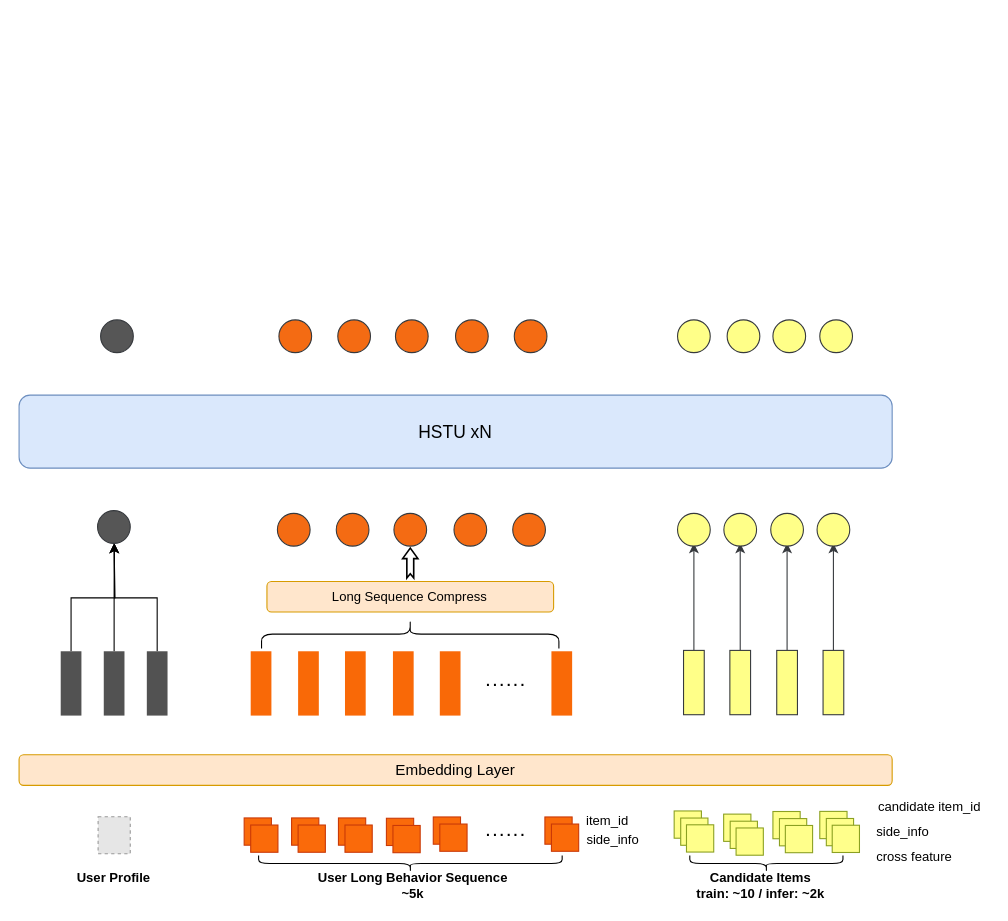
Above: page "homepage" (1 of 7) of mkt_gr_fwz.drawio in stargazer-zero/drawio-storage (draw.io), before the change. Source tidied: cells renumbered, new cells numbered last; positions are measured from the earlier drawing's top-left corner, leaving out a move shared by most shapes. Both pictures are drawn from the tidied source at 109%, with x=0, y=0 at pixel (19, 319). Pictures stored in the file or linked from it are replaced by grey dashed boxes.
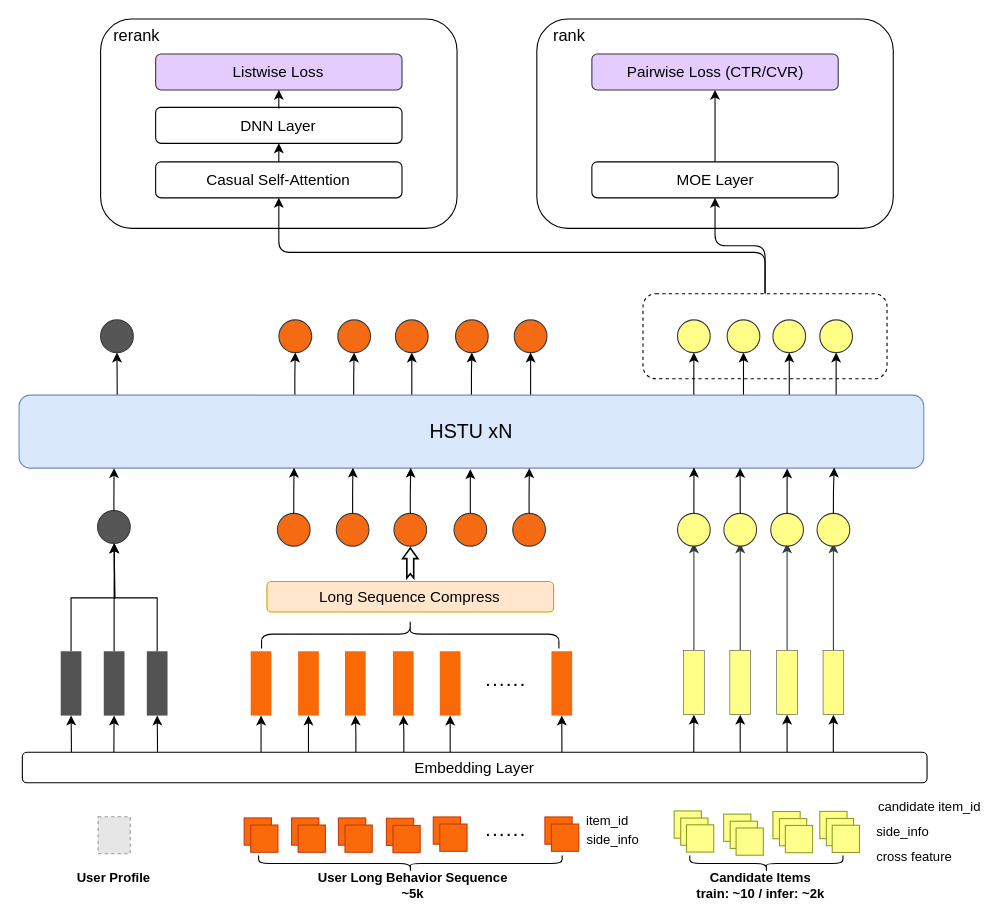
The same page after the edit.

Unchanged cells that the change refers to:
```xml
<mxCell id="6" style="rounded=0;whiteSpace=wrap;html=1;strokeColor=none;fillColor=light-dark(#525252, #ededed);" parent="1" vertex="1">
<mxCell id="8" style="rounded=0;whiteSpace=wrap;html=1;strokeColor=none;fillColor=light-dark(#525252, #ededed);" parent="1" vertex="1">
<mxCell id="10" style="rounded=0;whiteSpace=wrap;html=1;strokeColor=none;fillColor=light-dark(#525252, #ededed);" parent="1" vertex="1">
<mxCell id="14" style="rounded=0;whiteSpace=wrap;html=1;strokeColor=none;fillColor=light-dark(#f96907, #ededed);" parent="1" vertex="1">
<mxCell id="15" style="rounded=0;whiteSpace=wrap;html=1;strokeColor=none;fillColor=light-dark(#f96907, #ededed);" parent="1" vertex="1">
<mxCell id="16" style="rounded=0;whiteSpace=wrap;html=1;strokeColor=none;fillColor=light-dark(#f96907, #ededed);" parent="1" vertex="1">
<mxCell id="17" style="rounded=0;whiteSpace=wrap;html=1;strokeColor=none;fillColor=light-dark(#f96907, #ededed);" parent="1" vertex="1">
<mxCell id="18" style="rounded=0;whiteSpace=wrap;html=1;strokeColor=none;fillColor=light-dark(#f96907, #ededed);" parent="1" vertex="1">
<mxCell id="19" style="rounded=0;whiteSpace=wrap;html=1;strokeColor=none;fillColor=light-dark(#f96907, #ededed);" parent="1" vertex="1">
<mxCell id="35" style="ellipse;whiteSpace=wrap;html=1;fillColor=#ffff88;strokeColor=#36393d;" parent="1" vertex="1">
<mxCell id="36" style="ellipse;whiteSpace=wrap;html=1;fillColor=#ffff88;strokeColor=#36393d;" parent="1" vertex="1">
<mxCell id="37" style="ellipse;whiteSpace=wrap;html=1;fillColor=#ffff88;strokeColor=#36393d;" parent="1" vertex="1">
<mxCell id="38" style="ellipse;whiteSpace=wrap;html=1;fillColor=#ffff88;strokeColor=#36393d;" parent="1" vertex="1">
<mxCell id="39" style="ellipse;whiteSpace=wrap;html=1;fillColor=#ffff88;strokeColor=#36393d;" parent="1" vertex="1">
<mxCell id="40" style="ellipse;whiteSpace=wrap;html=1;fillColor=#ffff88;strokeColor=#36393d;" parent="1" vertex="1">
<mxCell id="41" style="ellipse;whiteSpace=wrap;html=1;fillColor=#ffff88;strokeColor=#36393d;" parent="1" vertex="1">
<mxCell id="42" style="ellipse;whiteSpace=wrap;html=1;fillColor=#ffff88;strokeColor=#36393d;" parent="1" vertex="1">
<mxCell id="44" style="ellipse;whiteSpace=wrap;html=1;fillColor=light-dark(#f46b13, #212100);strokeColor=#36393d;" parent="1" vertex="1">
<mxCell id="45" style="ellipse;whiteSpace=wrap;html=1;fillColor=light-dark(#f46b13, #212100);strokeColor=#36393d;" parent="1" vertex="1">
<mxCell id="46" style="ellipse;whiteSpace=wrap;html=1;fillColor=light-dark(#f46b13, #212100);strokeColor=#36393d;" parent="1" vertex="1">
<mxCell id="47" style="ellipse;whiteSpace=wrap;html=1;fillColor=light-dark(#f46b13, #212100);strokeColor=#36393d;" parent="1" vertex="1">
<mxCell id="48" style="ellipse;whiteSpace=wrap;html=1;fillColor=light-dark(#f46b13, #212100);strokeColor=#36393d;" parent="1" vertex="1">
<mxCell id="49" style="ellipse;whiteSpace=wrap;html=1;fillColor=light-dark(#f46b13, #212100);strokeColor=#36393d;" parent="1" vertex="1">
<mxCell id="50" style="ellipse;whiteSpace=wrap;html=1;fillColor=light-dark(#f46b13, #212100);strokeColor=#36393d;" parent="1" vertex="1">
<mxCell id="51" style="ellipse;whiteSpace=wrap;html=1;fillColor=light-dark(#f46b13, #212100);strokeColor=#36393d;" parent="1" vertex="1">
<mxCell id="52" style="ellipse;whiteSpace=wrap;html=1;fillColor=light-dark(#f46b13, #212100);strokeColor=#36393d;" parent="1" vertex="1">
<mxCell id="53" style="ellipse;whiteSpace=wrap;html=1;fillColor=light-dark(#f46b13, #212100);strokeColor=#36393d;" parent="1" vertex="1">
<mxCell id="54" style="ellipse;whiteSpace=wrap;html=1;fillColor=light-dark(#565656, #212100);strokeColor=#36393d;" parent="1" vertex="1">
<mxCell id="55" style="ellipse;whiteSpace=wrap;html=1;fillColor=light-dark(#565656, #212100);strokeColor=#36393d;" parent="1" vertex="1">
```

Diff of the diagram source:
```diff
@@
+    <mxCell id="84" style="rounded=1;whiteSpace=wrap;html=1;" parent="1" vertex="1">
+      <mxGeometry x="74.8" y="-276" width="327" height="192" as="geometry" />
+    </mxCell>
+    <mxCell id="85" style="rounded=1;whiteSpace=wrap;html=1;" parent="1" vertex="1">
+      <mxGeometry x="475" y="-276" width="327" height="192" as="geometry" />
+    </mxCell>
+    <mxCell id="86" style="edgeStyle=orthogonalEdgeStyle;rounded=1;jettySize=auto;html=1;entryX=0.5;entryY=1;entryDx=0;entryDy=0;entryPerimeter=0;" parent="1" edge="1" source="88" target="122">
+      <mxGeometry relative="1" as="geometry" />
+    </mxCell>
+    <mxCell id="87" style="edgeStyle=orthogonalEdgeStyle;rounded=1;jettySize=auto;html=1;entryX=0.5;entryY=1;entryDx=0;entryDy=0;exitX=0.5;exitY=0;exitDx=0;exitDy=0;entryPerimeter=0;" parent="1" edge="1" source="88" target="124">
+      <mxGeometry relative="1" as="geometry">
+        <Array as="points">
+          <mxPoint x="684" y="-62" />
+          <mxPoint x="238" y="-62" />
+        </Array>
+      </mxGeometry>
+    </mxCell>
+    <mxCell id="88" style="rounded=1;whiteSpace=wrap;html=1;dashed=1;" parent="1" vertex="1">
+      <mxGeometry x="572.4" y="-24" width="223.9" height="78" as="geometry" />
+    </mxCell>
+    <mxCell id="89" style="edgeStyle=orthogonalEdgeStyle;rounded=1;jettySize=auto;html=1;entryX=0.5;entryY=1;entryDx=0;entryDy=0;" parent="1" edge="1" source="2" target="6">
+      <mxGeometry relative="1" as="geometry">
+        <Array as="points">
+          <mxPoint x="48" y="385" />
+          <mxPoint x="48" y="385" />
+        </Array>
+      </mxGeometry>
+    </mxCell>
+    <mxCell id="90" style="edgeStyle=orthogonalEdgeStyle;rounded=1;jettySize=auto;html=1;entryX=0.5;entryY=1;entryDx=0;entryDy=0;" parent="1" edge="1" source="2" target="8">
+      <mxGeometry relative="1" as="geometry">
+        <Array as="points">
+          <mxPoint x="87" y="386" />
+          <mxPoint x="87" y="386" />
+        </Array>
+      </mxGeometry>
+    </mxCell>
+    <mxCell id="91" style="edgeStyle=orthogonalEdgeStyle;rounded=1;jettySize=auto;html=1;entryX=0.5;entryY=1;entryDx=0;entryDy=0;" parent="1" edge="1" source="2" target="10">
+      <mxGeometry relative="1" as="geometry">
+        <Array as="points">
+          <mxPoint x="127" y="388" />
+          <mxPoint x="127" y="388" />
+        </Array>
+      </mxGeometry>
+    </mxCell>
+    <mxCell id="92" style="edgeStyle=orthogonalEdgeStyle;rounded=1;jettySize=auto;html=1;entryX=0.5;entryY=1;entryDx=0;entryDy=0;" parent="1" edge="1" source="2" target="14">
+      <mxGeometry relative="1" as="geometry">
+        <Array as="points">
+          <mxPoint x="222" y="381" />
+          <mxPoint x="222" y="381" />
+        </Array>
+      </mxGeometry>
+    </mxCell>
+    <mxCell id="93" style="edgeStyle=orthogonalEdgeStyle;rounded=1;jettySize=auto;html=1;entryX=0.5;entryY=1;entryDx=0;entryDy=0;" parent="1" edge="1" source="2" target="15">
+      <mxGeometry relative="1" as="geometry">
+        <Array as="points">
+          <mxPoint x="266" y="377" />
+        </Array>
+      </mxGeometry>
+    </mxCell>
+    <mxCell id="94" style="edgeStyle=orthogonalEdgeStyle;rounded=1;jettySize=auto;html=1;entryX=0.5;entryY=1;entryDx=0;entryDy=0;" parent="1" edge="1" source="2" target="16">
+      <mxGeometry relative="1" as="geometry">
+        <Array as="points">
+          <mxPoint x="309" y="377" />
+          <mxPoint x="308" y="377" />
+        </Array>
+      </mxGeometry>
+    </mxCell>
+    <mxCell id="95" style="edgeStyle=orthogonalEdgeStyle;rounded=1;jettySize=auto;html=1;entryX=0.5;entryY=1;entryDx=0;entryDy=0;" parent="1" edge="1" source="2" target="17">
+      <mxGeometry relative="1" as="geometry">
+        <Array as="points">
+          <mxPoint x="353" y="377" />
+          <mxPoint x="352" y="377" />
+        </Array>
+      </mxGeometry>
+    </mxCell>
+    <mxCell id="96" style="edgeStyle=orthogonalEdgeStyle;rounded=1;jettySize=auto;html=1;entryX=0.5;entryY=1;entryDx=0;entryDy=0;" parent="1" edge="1" source="2" target="18">
+      <mxGeometry relative="1" as="geometry">
+        <Array as="points">
+          <mxPoint x="396" y="377" />
+        </Array>
+      </mxGeometry>
+    </mxCell>
+    <mxCell id="97" style="edgeStyle=orthogonalEdgeStyle;rounded=1;jettySize=auto;html=1;entryX=0.5;entryY=1;entryDx=0;entryDy=0;" parent="1" edge="1" source="2" target="19">
+      <mxGeometry relative="1" as="geometry">
+        <Array as="points">
+          <mxPoint x="498" y="386" />
+          <mxPoint x="498" y="386" />
+        </Array>
+      </mxGeometry>
+    </mxCell>
+    <mxCell id="98" style="edgeStyle=orthogonalEdgeStyle;rounded=1;jettySize=auto;html=1;entryX=0.5;entryY=1;entryDx=0;entryDy=0;" parent="1" edge="1" source="2" target="25">
+      <mxGeometry relative="1" as="geometry">
+        <Array as="points">
+          <mxPoint x="619" y="384" />
+          <mxPoint x="619" y="384" />
+        </Array>
+      </mxGeometry>
+    </mxCell>
+    <mxCell id="99" style="edgeStyle=orthogonalEdgeStyle;rounded=1;jettySize=auto;html=1;entryX=0.5;entryY=1;entryDx=0;entryDy=0;" parent="1" edge="1" source="2" target="27">
+      <mxGeometry relative="1" as="geometry">
+        <Array as="points">
+          <mxPoint x="662" y="377" />
+        </Array>
+      </mxGeometry>
+    </mxCell>
+    <mxCell id="100" style="edgeStyle=orthogonalEdgeStyle;rounded=1;jettySize=auto;html=1;entryX=0.5;entryY=1;entryDx=0;entryDy=0;" parent="1" edge="1" source="2" target="29">
+      <mxGeometry relative="1" as="geometry">
+        <Array as="points">
+          <mxPoint x="705" y="377" />
+        </Array>
+      </mxGeometry>
+    </mxCell>
+    <mxCell id="101" style="edgeStyle=orthogonalEdgeStyle;rounded=1;jettySize=auto;html=1;entryX=0.5;entryY=1;entryDx=0;entryDy=0;" parent="1" edge="1" source="2" target="31">
+      <mxGeometry relative="1" as="geometry">
+        <Array as="points">
+          <mxPoint x="747" y="382" />
+          <mxPoint x="747" y="382" />
+        </Array>
+      </mxGeometry>
+    </mxCell>
-    <mxCell id="2" value="Embedding Layer" style="rounded=1;whiteSpace=wrap;html=1;fillColor=#ffe6cc;strokeColor=#d79b00;points=[[0,0,0,0,0],[0,0.13,0,0,0],[0,0.25,0,0,0],[0,0.38,0,0,0],[0,0.5,0,0,0],[0,0.63,0,0,0],[0,0.75,0,0,0],[0,0.88,0,0,0],[0,1,0,0,0],[0.13,1,0,0,0],[0.25,0,0,0,0],[0.25,1,0,0,0],[0.38,1,0,0,0],[0.5,0,0,0,0],[0.5,1,0,0,0],[0.63,1,0,0,0],[0.75,0,0,0,0],[0.75,1,0,0,0],[0.88,1,0,0,0],[1,0,0,0,0],[1,0.25,0,0,0],[1,0.5,0,0,0],[1,0.75,0,0,0],[1,1,0,0,0]];fontSize=14;" parent="1" vertex="1">
-      <mxGeometry y="399" width="801" height="28" as="geometry" />
+    <mxCell id="2" value="Embedding Layer" style="rounded=1;whiteSpace=wrap;html=1;points=[[0,0,0,0,0],[0,0.13,0,0,0],[0,0.25,0,0,0],[0,0.38,0,0,0],[0,0.5,0,0,0],[0,0.63,0,0,0],[0,0.75,0,0,0],[0,0.88,0,0,0],[0,1,0,0,0],[0.13,1,0,0,0],[0.25,0,0,0,0],[0.25,1,0,0,0],[0.38,1,0,0,0],[0.5,0,0,0,0],[0.5,1,0,0,0],[0.63,1,0,0,0],[0.75,0,0,0,0],[0.75,1,0,0,0],[0.88,1,0,0,0],[1,0,0,0,0],[1,0.25,0,0,0],[1,0.5,0,0,0],[1,0.75,0,0,0],[1,1,0,0,0]];fontSize=14;" parent="1" vertex="1">
+      <mxGeometry x="3" y="396.6" width="830" height="28" as="geometry" />
     </mxCell>
@@
-    <mxCell id="21" value="Long Sequence Compress" style="rounded=1;whiteSpace=wrap;html=1;fillColor=#ffe6cc;strokeColor=#d79b00;fillStyle=auto;" parent="1" vertex="1">
+    <mxCell id="21" value="Long Sequence Compress" style="rounded=1;whiteSpace=wrap;html=1;fillColor=#ffe6cc;strokeColor=#d79b00;fillStyle=auto;fontSize=14;" parent="1" vertex="1">
       <mxGeometry x="227.4" y="240" width="263" height="28" as="geometry" />
     </mxCell>
@@
-    <mxCell id="25" style="rounded=0;whiteSpace=wrap;html=1;strokeColor=#36393d;fillColor=#ffff88;" parent="1" vertex="1">
+    <mxCell id="25" style="rounded=0;whiteSpace=wrap;html=1;strokeColor=#36393d;fillColor=#ffff88;strokeWidth=0.5;" parent="1" vertex="1">
       <mxGeometry x="609.6" y="303.2" width="19" height="59" as="geometry" />
     </mxCell>
@@
-    <mxCell id="27" style="rounded=0;whiteSpace=wrap;html=1;strokeColor=#36393d;fillColor=#ffff88;" parent="1" vertex="1">
+    <mxCell id="27" style="rounded=0;whiteSpace=wrap;html=1;strokeColor=#36393d;fillColor=#ffff88;strokeWidth=0.5;" parent="1" vertex="1">
       <mxGeometry x="652.1" y="303.2" width="19" height="59" as="geometry" />
     </mxCell>
@@
-    <mxCell id="29" style="rounded=0;whiteSpace=wrap;html=1;strokeColor=#36393d;fillColor=#ffff88;" parent="1" vertex="1">
+    <mxCell id="29" style="rounded=0;whiteSpace=wrap;html=1;strokeColor=#36393d;fillColor=#ffff88;strokeWidth=0.5;" parent="1" vertex="1">
       <mxGeometry x="695.1" y="303.2" width="19" height="59" as="geometry" />
     </mxCell>
@@
-    <mxCell id="31" style="rounded=0;whiteSpace=wrap;html=1;strokeColor=#36393d;fillColor=#ffff88;" parent="1" vertex="1">
+    <mxCell id="31" style="rounded=0;whiteSpace=wrap;html=1;strokeColor=#36393d;fillColor=#ffff88;strokeWidth=0.5;" parent="1" vertex="1">
       <mxGeometry x="737.6" y="303.2" width="19" height="59" as="geometry" />
     </mxCell>
@@
+    <mxCell id="102" style="edgeStyle=orthogonalEdgeStyle;rounded=1;jettySize=auto;html=1;entryX=0.5;entryY=1;entryDx=0;entryDy=0;" parent="1" edge="1" source="34" target="54">
+      <mxGeometry relative="1" as="geometry">
+        <Array as="points">
+          <mxPoint x="90" y="57" />
+          <mxPoint x="90" y="57" />
+        </Array>
+      </mxGeometry>
+    </mxCell>
+    <mxCell id="103" style="edgeStyle=orthogonalEdgeStyle;rounded=1;jettySize=auto;html=1;entryX=0.5;entryY=1;entryDx=0;entryDy=0;" parent="1" edge="1" source="34" target="49">
+      <mxGeometry relative="1" as="geometry">
+        <Array as="points">
+          <mxPoint x="253" y="49" />
+          <mxPoint x="253" y="49" />
+        </Array>
+      </mxGeometry>
+    </mxCell>
+    <mxCell id="104" style="edgeStyle=orthogonalEdgeStyle;rounded=1;jettySize=auto;html=1;entryX=0.5;entryY=1;entryDx=0;entryDy=0;" parent="1" edge="1" source="34" target="50">
+      <mxGeometry relative="1" as="geometry">
+        <Array as="points">
+          <mxPoint x="307" y="49" />
+          <mxPoint x="307" y="49" />
+        </Array>
+      </mxGeometry>
+    </mxCell>
+    <mxCell id="105" style="edgeStyle=orthogonalEdgeStyle;rounded=1;jettySize=auto;html=1;entryX=0.5;entryY=1;entryDx=0;entryDy=0;" parent="1" edge="1" source="34" target="53">
+      <mxGeometry relative="1" as="geometry">
+        <Array as="points">
+          <mxPoint x="360" y="49" />
+        </Array>
+      </mxGeometry>
+    </mxCell>
+    <mxCell id="106" style="edgeStyle=orthogonalEdgeStyle;rounded=1;jettySize=auto;html=1;entryX=0.5;entryY=1;entryDx=0;entryDy=0;" parent="1" edge="1" source="34" target="51">
+      <mxGeometry relative="1" as="geometry" />
+    </mxCell>
+    <mxCell id="107" style="edgeStyle=orthogonalEdgeStyle;rounded=1;jettySize=auto;html=1;entryX=0.5;entryY=1;entryDx=0;entryDy=0;" parent="1" edge="1" source="34" target="52">
+      <mxGeometry relative="1" as="geometry">
+        <Array as="points">
+          <mxPoint x="469" y="49" />
+        </Array>
+      </mxGeometry>
+    </mxCell>
+    <mxCell id="108" style="edgeStyle=orthogonalEdgeStyle;rounded=1;jettySize=auto;html=1;entryX=0.5;entryY=1;entryDx=0;entryDy=0;" parent="1" edge="1" source="34" target="35">
+      <mxGeometry relative="1" as="geometry">
+        <Array as="points">
+          <mxPoint x="619" y="57" />
+          <mxPoint x="619" y="57" />
+        </Array>
+      </mxGeometry>
+    </mxCell>
+    <mxCell id="109" style="edgeStyle=orthogonalEdgeStyle;rounded=1;jettySize=auto;html=1;entryX=0.5;entryY=1;entryDx=0;entryDy=0;" parent="1" edge="1" source="34" target="36">
+      <mxGeometry relative="1" as="geometry">
+        <Array as="points">
+          <mxPoint x="665" y="49" />
+        </Array>
+      </mxGeometry>
+    </mxCell>
+    <mxCell id="110" style="edgeStyle=orthogonalEdgeStyle;rounded=1;jettySize=auto;html=1;entryX=0.5;entryY=1;entryDx=0;entryDy=0;" parent="1" edge="1" source="34" target="37">
+      <mxGeometry relative="1" as="geometry">
+        <Array as="points">
+          <mxPoint x="707" y="49" />
+        </Array>
+      </mxGeometry>
+    </mxCell>
+    <mxCell id="111" style="edgeStyle=orthogonalEdgeStyle;rounded=1;jettySize=auto;html=1;entryX=0.5;entryY=1;entryDx=0;entryDy=0;" parent="1" edge="1" source="34" target="38">
+      <mxGeometry relative="1" as="geometry">
+        <Array as="points">
+          <mxPoint x="750" y="49" />
+        </Array>
+      </mxGeometry>
+    </mxCell>
-    <mxCell id="34" value="HSTU xN" style="rounded=1;whiteSpace=wrap;html=1;fillColor=#dae8fc;strokeColor=#6c8ebf;points=[[0,0,0,0,0],[0,0.13,0,0,0],[0,0.25,0,0,0],[0,0.38,0,0,0],[0,0.5,0,0,0],[0,0.63,0,0,0],[0,0.75,0,0,0],[0,0.88,0,0,0],[0,1,0,0,0],[0.13,1,0,0,0],[0.25,0,0,0,0],[0.25,1,0,0,0],[0.38,1,0,0,0],[0.5,0,0,0,0],[0.5,1,0,0,0],[0.63,1,0,0,0],[0.75,0,0,0,0],[0.75,1,0,0,0],[0.88,1,0,0,0],[1,0,0,0,0],[1,0.25,0,0,0],[1,0.5,0,0,0],[1,0.75,0,0,0],[1,1,0,0,0]];fontSize=16;" parent="1" vertex="1">
-      <mxGeometry y="69" width="801" height="67" as="geometry" />
+    <mxCell id="34" value="HSTU xN" style="rounded=1;whiteSpace=wrap;html=1;fillColor=#dae8fc;strokeColor=#6c8ebf;points=[[0,0,0,0,0],[0,0.13,0,0,0],[0,0.25,0,0,0],[0,0.38,0,0,0],[0,0.5,0,0,0],[0,0.63,0,0,0],[0,0.75,0,0,0],[0,0.88,0,0,0],[0,1,0,0,0],[0.13,1,0,0,0],[0.25,0,0,0,0],[0.25,1,0,0,0],[0.38,1,0,0,0],[0.5,0,0,0,0],[0.5,1,0,0,0],[0.63,1,0,0,0],[0.75,0,0,0,0],[0.75,1,0,0,0],[0.88,1,0,0,0],[1,0,0,0,0],[1,0.25,0,0,0],[1,0.5,0,0,0],[1,0.75,0,0,0],[1,1,0,0,0]];fontSize=18;" parent="1" vertex="1">
+      <mxGeometry y="69" width="830" height="67" as="geometry" />
     </mxCell>
@@
+    <mxCell id="112" style="edgeStyle=orthogonalEdgeStyle;rounded=1;jettySize=auto;html=1;" parent="1" edge="1" source="46">
+      <mxGeometry relative="1" as="geometry">
+        <mxPoint x="414" y="137" as="targetPoint" />
+      </mxGeometry>
+    </mxCell>
@@
+    <mxCell id="113" style="edgeStyle=orthogonalEdgeStyle;rounded=1;jettySize=auto;html=1;entryX=0.105;entryY=1;entryDx=0;entryDy=0;entryPerimeter=0;" parent="1" edge="1" source="55" target="34">
+      <mxGeometry relative="1" as="geometry" />
+    </mxCell>
+    <mxCell id="114" style="edgeStyle=orthogonalEdgeStyle;rounded=1;jettySize=auto;html=1;entryX=0.304;entryY=0.995;entryDx=0;entryDy=0;entryPerimeter=0;" parent="1" edge="1" source="44" target="34">
+      <mxGeometry relative="1" as="geometry" />
+    </mxCell>
+    <mxCell id="115" style="edgeStyle=orthogonalEdgeStyle;rounded=1;jettySize=auto;html=1;entryX=0.369;entryY=0.995;entryDx=0;entryDy=0;entryPerimeter=0;" parent="1" edge="1" source="45" target="34">
+      <mxGeometry relative="1" as="geometry" />
+    </mxCell>
+    <mxCell id="116" style="edgeStyle=orthogonalEdgeStyle;rounded=1;jettySize=auto;html=1;entryX=0.433;entryY=0.995;entryDx=0;entryDy=0;entryPerimeter=0;" parent="1" edge="1" source="48" target="34">
+      <mxGeometry relative="1" as="geometry" />
+    </mxCell>
+    <mxCell id="117" style="edgeStyle=orthogonalEdgeStyle;rounded=1;jettySize=auto;html=1;entryX=0.564;entryY=1.001;entryDx=0;entryDy=0;entryPerimeter=0;" parent="1" edge="1" source="47" target="34">
+      <mxGeometry relative="1" as="geometry" />
+    </mxCell>
+    <mxCell id="118" style="edgeStyle=orthogonalEdgeStyle;rounded=1;jettySize=auto;html=1;entryX=0.746;entryY=0.992;entryDx=0;entryDy=0;entryPerimeter=0;" parent="1" edge="1" source="39" target="34">
+      <mxGeometry relative="1" as="geometry" />
+    </mxCell>
+    <mxCell id="119" style="edgeStyle=orthogonalEdgeStyle;rounded=1;jettySize=auto;html=1;entryX=0.797;entryY=0.998;entryDx=0;entryDy=0;entryPerimeter=0;" parent="1" edge="1" source="40" target="34">
+      <mxGeometry relative="1" as="geometry" />
+    </mxCell>
+    <mxCell id="120" style="edgeStyle=orthogonalEdgeStyle;rounded=1;jettySize=auto;html=1;entryX=0.849;entryY=1.005;entryDx=0;entryDy=0;entryPerimeter=0;" parent="1" edge="1" source="41" target="34">
+      <mxGeometry relative="1" as="geometry" />
+    </mxCell>
+    <mxCell id="121" style="edgeStyle=orthogonalEdgeStyle;rounded=1;jettySize=auto;html=1;entryX=0.901;entryY=0.992;entryDx=0;entryDy=0;entryPerimeter=0;" parent="1" edge="1" source="42" target="34">
+      <mxGeometry relative="1" as="geometry" />
+    </mxCell>
+    <mxCell id="122" value="MOE Layer" style="rounded=1;whiteSpace=wrap;html=1;points=[[0,0,0,0,0],[0,0.13,0,0,0],[0,0.25,0,0,0],[0,0.38,0,0,0],[0,0.5,0,0,0],[0,0.63,0,0,0],[0,0.75,0,0,0],[0,0.88,0,0,0],[0,1,0,0,0],[0.13,1,0,0,0],[0.25,0,0,0,0],[0.25,1,0,0,0],[0.38,1,0,0,0],[0.5,0,0,0,0],[0.5,1,0,0,0],[0.63,1,0,0,0],[0.75,0,0,0,0],[0.75,1,0,0,0],[0.88,1,0,0,0],[1,0,0,0,0],[1,0.25,0,0,0],[1,0.5,0,0,0],[1,0.75,0,0,0],[1,1,0,0,0]];fontSize=14;" parent="1" vertex="1">
+      <mxGeometry x="525.5" y="-145" width="226" height="33" as="geometry" />
+    </mxCell>
+    <mxCell id="123" value="Pairwise Loss (CTR/CVR)" style="rounded=1;whiteSpace=wrap;html=1;points=[[0,0,0,0,0],[0,0.13,0,0,0],[0,0.25,0,0,0],[0,0.38,0,0,0],[0,0.5,0,0,0],[0,0.63,0,0,0],[0,0.75,0,0,0],[0,0.88,0,0,0],[0,1,0,0,0],[0.13,1,0,0,0],[0.25,0,0,0,0],[0.25,1,0,0,0],[0.38,1,0,0,0],[0.5,0,0,0,0],[0.5,1,0,0,0],[0.63,1,0,0,0],[0.75,0,0,0,0],[0.75,1,0,0,0],[0.88,1,0,0,0],[1,0,0,0,0],[1,0.25,0,0,0],[1,0.5,0,0,0],[1,0.75,0,0,0],[1,1,0,0,0]];fontSize=14;fillColor=#E5CCFF;strokeColor=#36393d;" parent="1" vertex="1">
+      <mxGeometry x="525.5" y="-244" width="226" height="33" as="geometry" />
+    </mxCell>
+    <mxCell id="124" value="Casual Self-Attention" style="rounded=1;whiteSpace=wrap;html=1;points=[[0,0,0,0,0],[0,0.13,0,0,0],[0,0.25,0,0,0],[0,0.38,0,0,0],[0,0.5,0,0,0],[0,0.63,0,0,0],[0,0.75,0,0,0],[0,0.88,0,0,0],[0,1,0,0,0],[0.13,1,0,0,0],[0.25,0,0,0,0],[0.25,1,0,0,0],[0.38,1,0,0,0],[0.5,0,0,0,0],[0.5,1,0,0,0],[0.63,1,0,0,0],[0.75,0,0,0,0],[0.75,1,0,0,0],[0.88,1,0,0,0],[1,0,0,0,0],[1,0.25,0,0,0],[1,0.5,0,0,0],[1,0.75,0,0,0],[1,1,0,0,0]];fontSize=14;" parent="1" vertex="1">
+      <mxGeometry x="125.3" y="-145" width="226" height="33" as="geometry" />
+    </mxCell>
+    <mxCell id="125" value="Listwise Loss" style="rounded=1;whiteSpace=wrap;html=1;points=[[0,0,0,0,0],[0,0.13,0,0,0],[0,0.25,0,0,0],[0,0.38,0,0,0],[0,0.5,0,0,0],[0,0.63,0,0,0],[0,0.75,0,0,0],[0,0.88,0,0,0],[0,1,0,0,0],[0.13,1,0,0,0],[0.25,0,0,0,0],[0.25,1,0,0,0],[0.38,1,0,0,0],[0.5,0,0,0,0],[0.5,1,0,0,0],[0.63,1,0,0,0],[0.75,0,0,0,0],[0.75,1,0,0,0],[0.88,1,0,0,0],[1,0,0,0,0],[1,0.25,0,0,0],[1,0.5,0,0,0],[1,0.75,0,0,0],[1,1,0,0,0]];fontSize=14;fillColor=#E5CCFF;strokeColor=#36393d;" parent="1" vertex="1">
+      <mxGeometry x="125.3" y="-244" width="226" height="33" as="geometry" />
+    </mxCell>
+    <mxCell id="126" value="DNN Layer" style="rounded=1;whiteSpace=wrap;html=1;points=[[0,0,0,0,0],[0,0.13,0,0,0],[0,0.25,0,0,0],[0,0.38,0,0,0],[0,0.5,0,0,0],[0,0.63,0,0,0],[0,0.75,0,0,0],[0,0.88,0,0,0],[0,1,0,0,0],[0.13,1,0,0,0],[0.25,0,0,0,0],[0.25,1,0,0,0],[0.38,1,0,0,0],[0.5,0,0,0,0],[0.5,1,0,0,0],[0.63,1,0,0,0],[0.75,0,0,0,0],[0.75,1,0,0,0],[0.88,1,0,0,0],[1,0,0,0,0],[1,0.25,0,0,0],[1,0.5,0,0,0],[1,0.75,0,0,0],[1,1,0,0,0]];fontSize=14;" parent="1" vertex="1">
+      <mxGeometry x="125.3" y="-195" width="226" height="33" as="geometry" />
+    </mxCell>
+    <mxCell id="127" style="edgeStyle=orthogonalEdgeStyle;rounded=1;jettySize=auto;html=1;entryX=0.5;entryY=1;entryDx=0;entryDy=0;entryPerimeter=0;" parent="1" edge="1" source="124" target="126">
+      <mxGeometry relative="1" as="geometry" />
+    </mxCell>
+    <mxCell id="128" style="edgeStyle=orthogonalEdgeStyle;rounded=1;jettySize=auto;html=1;entryX=0.5;entryY=1;entryDx=0;entryDy=0;entryPerimeter=0;" parent="1" edge="1" source="126" target="125">
+      <mxGeometry relative="1" as="geometry" />
+    </mxCell>
+    <mxCell id="129" style="edgeStyle=orthogonalEdgeStyle;rounded=1;jettySize=auto;html=1;entryX=0.5;entryY=1;entryDx=0;entryDy=0;entryPerimeter=0;" parent="1" edge="1" source="122" target="123">
+      <mxGeometry relative="1" as="geometry" />
+    </mxCell>
+    <mxCell id="130" value="&amp;nbsp;rerank" style="text;html=1;whiteSpace=wrap;strokeColor=none;fillColor=none;align=center;verticalAlign=middle;rounded=0;fontSize=15;" parent="1" vertex="1">
+      <mxGeometry x="76.2" y="-276" width="60" height="30" as="geometry" />
+    </mxCell>
+    <mxCell id="131" value="rank" style="text;html=1;whiteSpace=wrap;strokeColor=none;fillColor=none;align=center;verticalAlign=middle;rounded=0;fontSize=15;" parent="1" vertex="1">
+      <mxGeometry x="475" y="-276" width="60" height="30" as="geometry" />
+    </mxCell>
```
